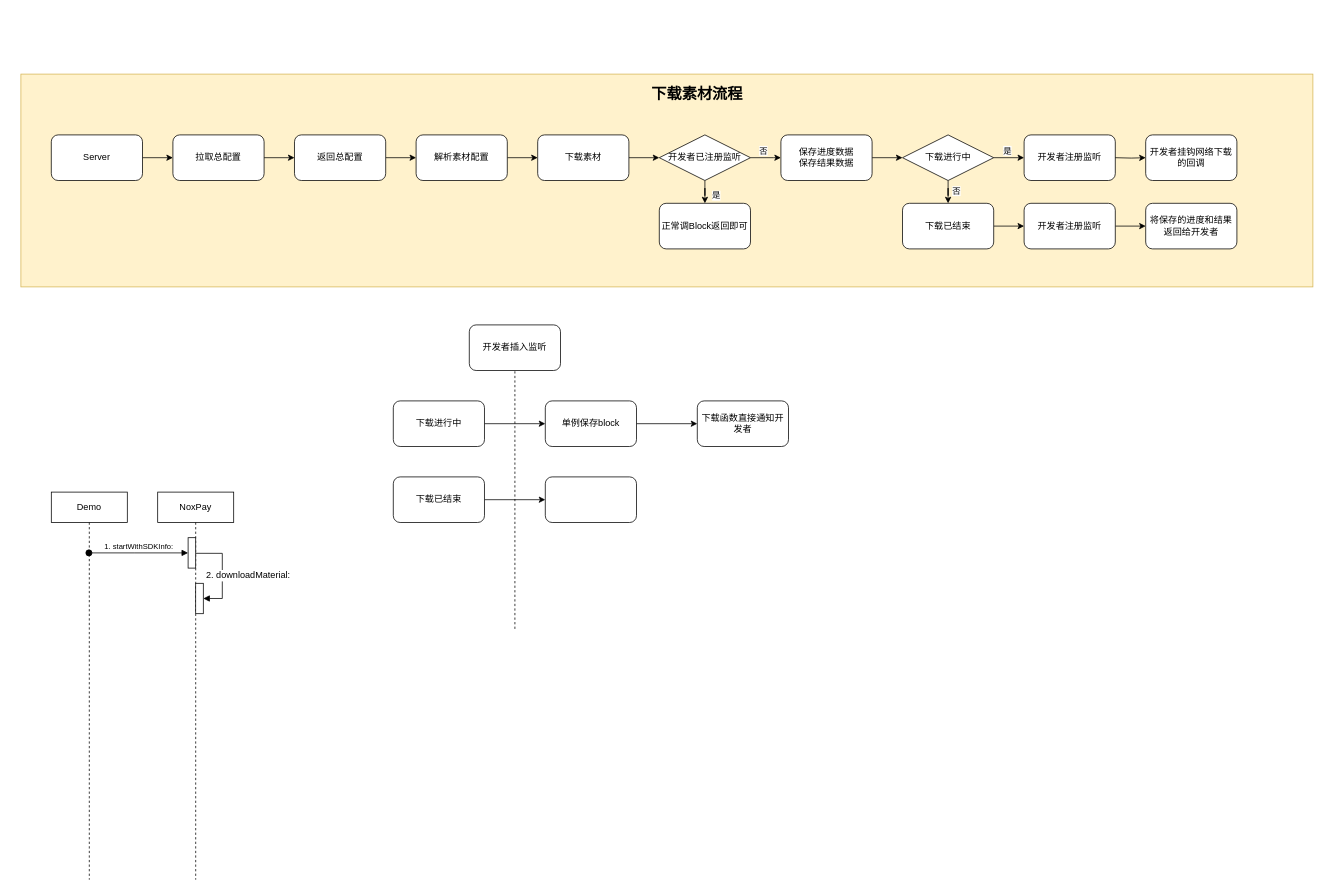
Earlier version of the draw.io diagram NoxPay-素材模块.drawio (ChinaChong/Diagrams). Source tidied: cells renumbered, new cells numbered last; positions are measured from the earlier drawing's top-left corner, leaving out a move shared by most shapes. Both pictures are drawn from the tidied source at 76%, with x=0, y=0 at pixel (21, 74).
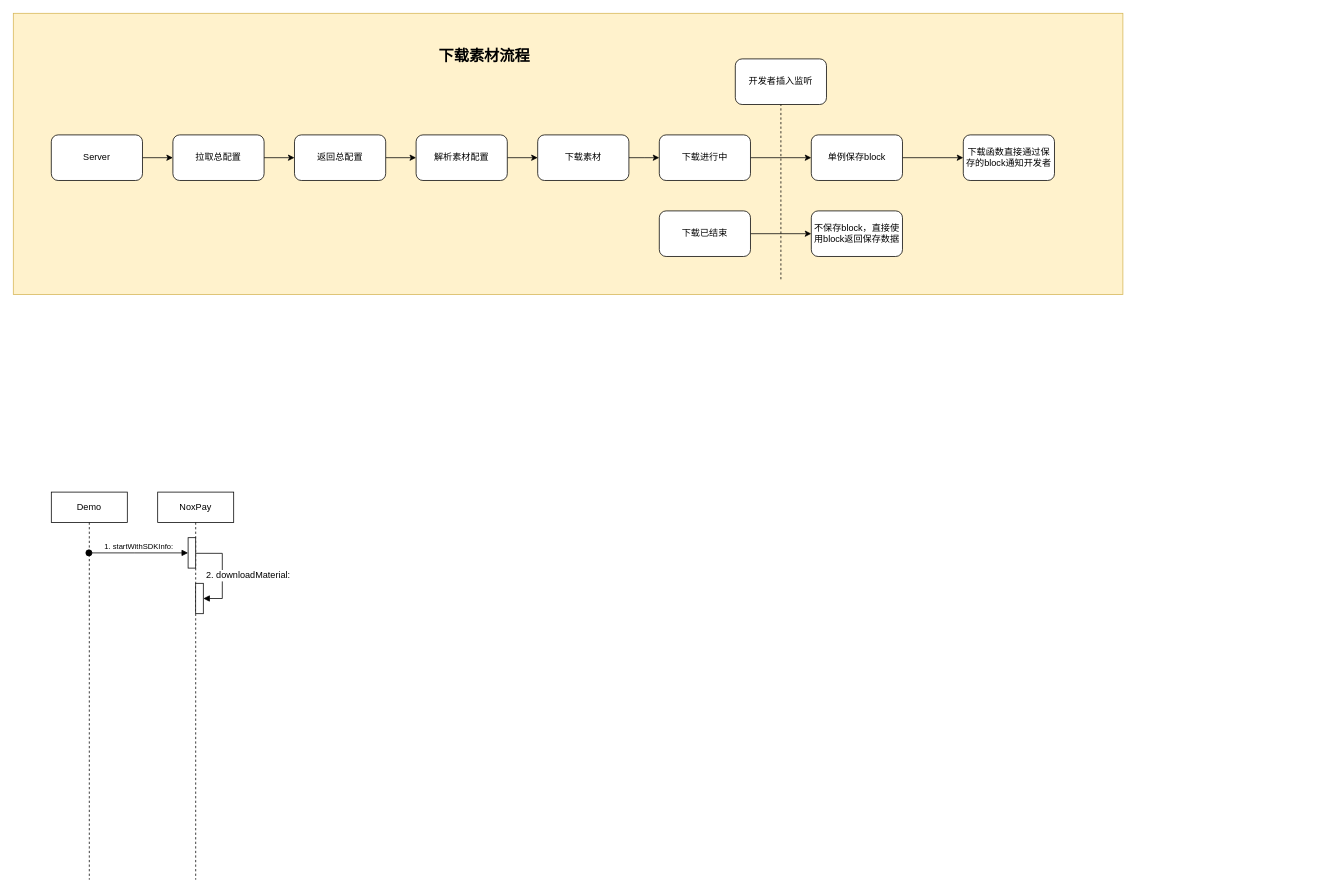
After the change.

Commit message:
更新NoxPay-素材模块.drawio

The change refers to these unchanged cells:
```xml
<mxCell id="18" value="下载素材" style="whiteSpace=wrap;html=1;rounded=1;" parent="1" vertex="1">
  <mxGeometry x="680" y="80" width="120" height="60" as="geometry" />
</mxCell>
```

Change to the diagram source:
```diff
@@
-    <mxCell id="2" style="rounded=0;whiteSpace=wrap;html=1;labelBackgroundColor=none;labelBorderColor=none;fillColor=#fff2cc;strokeColor=#d6b656;" parent="1" vertex="1">
-      <mxGeometry width="1700" height="280" as="geometry" />
-    </mxCell>
+    <mxCell id="51" style="rounded=0;whiteSpace=wrap;html=1;labelBackgroundColor=none;labelBorderColor=none;fontSize=20;fillColor=#fff2cc;strokeColor=#d6b656;" parent="1" vertex="1">
+      <mxGeometry x="-10" y="-80" width="1460" height="370" as="geometry" />
+    </mxCell>
@@
-    <mxCell id="17" style="edgeStyle=orthogonalEdgeStyle;rounded=0;jettySize=auto;html=1;entryX=0;entryY=0.5;entryDx=0;entryDy=0;" parent="1" edge="1" source="18" target="25">
-      <mxGeometry relative="1" as="geometry" />
+    <mxCell id="17" style="edgeStyle=orthogonalEdgeStyle;rounded=0;jettySize=auto;html=1;entryX=0;entryY=0.5;entryDx=0;entryDy=0;" parent="1" edge="1" source="18">
+      <mxGeometry relative="1" as="geometry">
+        <mxPoint x="840" y="110" as="targetPoint" />
+      </mxGeometry>
     </mxCell>
@@
-    <mxCell id="19" style="edgeStyle=orthogonalEdgeStyle;rounded=0;jettySize=auto;html=1;entryX=0;entryY=0.5;entryDx=0;entryDy=0;" parent="1" edge="1" source="20" target="31">
-      <mxGeometry relative="1" as="geometry" />
-    </mxCell>
-    <mxCell id="20" value="保存进度数据&lt;br&gt;保存结果数据" style="whiteSpace=wrap;html=1;rounded=1;" parent="1" vertex="1">
-      <mxGeometry x="1000" y="80" width="120" height="60" as="geometry" />
-    </mxCell>
-    <mxCell id="21" style="endArrow=classic;html=1;rounded=0;entryX=0;entryY=0.5;entryDx=0;entryDy=0;" parent="1" edge="1" target="20">
-      <mxGeometry relative="1" as="geometry">
-        <mxPoint x="960" y="110" as="sourcePoint" />
-        <Array as="points">
-          <mxPoint x="990" y="110" />
-        </Array>
-      </mxGeometry>
-    </mxCell>
-    <mxCell id="22" value="否" style="edgeLabel;html=1;align=center;verticalAlign=middle;" parent="21" vertex="1">
-      <mxGeometry x="-0.39" y="2" relative="1" as="geometry">
-        <mxPoint x="4" y="-8" as="offset" />
-      </mxGeometry>
-    </mxCell>
-    <mxCell id="23" style="edgeStyle=orthogonalEdgeStyle;rounded=0;jettySize=auto;html=1;" parent="1" edge="1" source="25" target="26">
-      <mxGeometry relative="1" as="geometry" />
-    </mxCell>
-    <mxCell id="24" value="是" style="edgeLabel;html=1;align=center;verticalAlign=middle;" parent="23" vertex="1">
-      <mxGeometry x="-0.18" y="-2" relative="1" as="geometry">
-        <mxPoint x="12" as="offset" />
-      </mxGeometry>
-    </mxCell>
-    <mxCell id="25" value="开发者已注册监听" style="shape=rhombus;perimeter=rhombusPerimeter;whiteSpace=wrap;html=1;align=center;" parent="1" vertex="1">
-      <mxGeometry x="840" y="80" width="120" height="60" as="geometry" />
-    </mxCell>
-    <mxCell id="26" value="正常调Block返回即可" style="rounded=1;whiteSpace=wrap;html=1;" parent="1" vertex="1">
-      <mxGeometry x="840" y="170" width="120" height="60" as="geometry" />
-    </mxCell>
-    <mxCell id="27" style="edgeStyle=orthogonalEdgeStyle;rounded=0;jettySize=auto;html=1;exitX=1;exitY=0.5;exitDx=0;exitDy=0;entryX=0;entryY=0.5;entryDx=0;entryDy=0;" parent="1" edge="1" source="31" target="32">
-      <mxGeometry relative="1" as="geometry" />
-    </mxCell>
-    <mxCell id="28" value="是" style="edgeLabel;html=1;align=center;verticalAlign=middle;" parent="27" vertex="1">
-      <mxGeometry x="-0.35" y="-1" relative="1" as="geometry">
-        <mxPoint x="4" y="-11" as="offset" />
-      </mxGeometry>
-    </mxCell>
-    <mxCell id="29" style="edgeStyle=orthogonalEdgeStyle;rounded=0;jettySize=auto;html=1;" parent="1" edge="1" source="31" target="34">
-      <mxGeometry relative="1" as="geometry" />
-    </mxCell>
-    <mxCell id="30" value="否" style="edgeLabel;html=1;align=center;verticalAlign=middle;" parent="29" vertex="1">
-      <mxGeometry x="0.3" y="-1" relative="1" as="geometry">
-        <mxPoint x="11" as="offset" />
-      </mxGeometry>
-    </mxCell>
-    <mxCell id="31" value="下载进行中" style="shape=rhombus;perimeter=rhombusPerimeter;whiteSpace=wrap;html=1;align=center;" parent="1" vertex="1">
-      <mxGeometry x="1160" y="80" width="120" height="60" as="geometry" />
-    </mxCell>
-    <mxCell id="32" value="开发者注册监听" style="whiteSpace=wrap;html=1;rounded=1;" parent="1" vertex="1">
-      <mxGeometry x="1320" y="80" width="120" height="60" as="geometry" />
-    </mxCell>
-    <mxCell id="33" style="edgeStyle=orthogonalEdgeStyle;rounded=0;jettySize=auto;html=1;" parent="1" edge="1" source="34" target="38">
-      <mxGeometry relative="1" as="geometry" />
-    </mxCell>
-    <mxCell id="34" value="下载已结束" style="whiteSpace=wrap;html=1;rounded=1;" parent="1" vertex="1">
-      <mxGeometry x="1160" y="170" width="120" height="60" as="geometry" />
-    </mxCell>
-    <mxCell id="35" style="edgeStyle=orthogonalEdgeStyle;rounded=0;jettySize=auto;html=1;" parent="1" edge="1" target="36">
-      <mxGeometry relative="1" as="geometry">
-        <mxPoint x="1440" y="110" as="sourcePoint" />
-      </mxGeometry>
-    </mxCell>
-    <mxCell id="36" value="开发者挂钩网络下载的回调" style="whiteSpace=wrap;html=1;rounded=1;" parent="1" vertex="1">
-      <mxGeometry x="1480" y="80" width="120" height="60" as="geometry" />
-    </mxCell>
-    <mxCell id="37" style="edgeStyle=orthogonalEdgeStyle;rounded=0;jettySize=auto;html=1;" parent="1" edge="1" source="38" target="39">
-      <mxGeometry relative="1" as="geometry" />
-    </mxCell>
-    <mxCell id="38" value="&lt;span&gt;开发者注册监听&lt;/span&gt;" style="whiteSpace=wrap;html=1;rounded=1;" parent="1" vertex="1">
-      <mxGeometry x="1320" y="170" width="120" height="60" as="geometry" />
-    </mxCell>
-    <mxCell id="39" value="将保存的进度和结果返回给开发者" style="whiteSpace=wrap;html=1;rounded=1;" parent="1" vertex="1">
-      <mxGeometry x="1480" y="170" width="120" height="60" as="geometry" />
-    </mxCell>
     <mxCell id="40" value="下载素材流程" style="text;html=1;strokeColor=none;fillColor=none;align=center;verticalAlign=middle;whiteSpace=wrap;rounded=0;fontSize=20;fontStyle=1;" parent="1" vertex="1">
-      <mxGeometry x="800" y="10" width="180" height="30" as="geometry" />
+      <mxGeometry x="520" y="-40" width="180" height="30" as="geometry" />
     </mxCell>
@@
     <mxCell id="42" value="下载进行中" style="rounded=1;whiteSpace=wrap;html=1;" parent="1" vertex="1">
-      <mxGeometry x="490" y="430" width="120" height="60" as="geometry" />
+      <mxGeometry x="840" y="80" width="120" height="60" as="geometry" />
     </mxCell>
@@
     <mxCell id="44" value="下载已结束" style="rounded=1;whiteSpace=wrap;html=1;" parent="1" vertex="1">
-      <mxGeometry x="490" y="530" width="120" height="60" as="geometry" />
+      <mxGeometry x="840" y="180" width="120" height="60" as="geometry" />
     </mxCell>
     <mxCell id="45" value="开发者插入监听" style="rounded=1;whiteSpace=wrap;html=1;" parent="1" vertex="1">
-      <mxGeometry x="590" y="330" width="120" height="60" as="geometry" />
+      <mxGeometry x="940" y="-20" width="120" height="60" as="geometry" />
     </mxCell>
     <mxCell id="46" style="endArrow=none;dashed=1;html=1;rounded=0;fontSize=20;entryX=0.5;entryY=1;entryDx=0;entryDy=0;" parent="1" edge="1" target="45">
       <mxGeometry relative="1" as="geometry">
-        <mxPoint x="650" y="730" as="sourcePoint" />
+        <mxPoint x="1000" y="270" as="sourcePoint" />
       </mxGeometry>
     </mxCell>
@@
     <mxCell id="48" value="单例保存block" style="whiteSpace=wrap;html=1;rounded=1;" parent="1" vertex="1">
-      <mxGeometry x="690" y="430" width="120" height="60" as="geometry" />
+      <mxGeometry x="1040" y="80" width="120" height="60" as="geometry" />
     </mxCell>
-    <mxCell id="49" value="下载函数直接通知开发者" style="whiteSpace=wrap;html=1;rounded=1;" parent="1" vertex="1">
-      <mxGeometry x="890" y="430" width="120" height="60" as="geometry" />
+    <mxCell id="49" value="下载函数直接通过保存的block通知开发者" style="whiteSpace=wrap;html=1;rounded=1;" parent="1" vertex="1">
+      <mxGeometry x="1240" y="80" width="120" height="60" as="geometry" />
     </mxCell>
-    <mxCell id="50" style="whiteSpace=wrap;html=1;rounded=1;" parent="1" vertex="1">
-      <mxGeometry x="690" y="530" width="120" height="60" as="geometry" />
+    <mxCell id="50" value="不保存block，直接使用block返回保存数据" style="whiteSpace=wrap;html=1;rounded=1;" parent="1" vertex="1">
+      <mxGeometry x="1040" y="180" width="120" height="60" as="geometry" />
     </mxCell>
```
